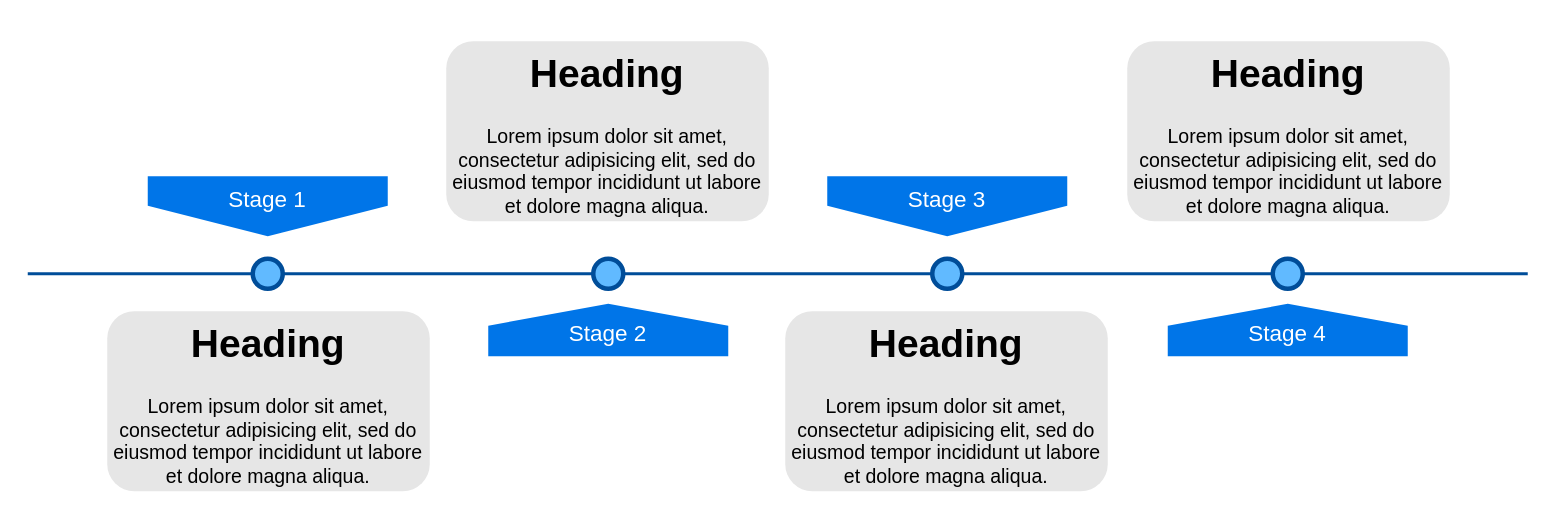
Above: Untitled Diagram.drawio in Arthurcsh/Draw.io (draw.io), before the change. Source tidied: cells renumbered, new cells numbered last; positions are measured from the earlier drawing's top-left corner, leaving out a move shared by most shapes. Both pictures are drawn from the tidied source at 150%, with x=0, y=0 at pixel (27, 40).
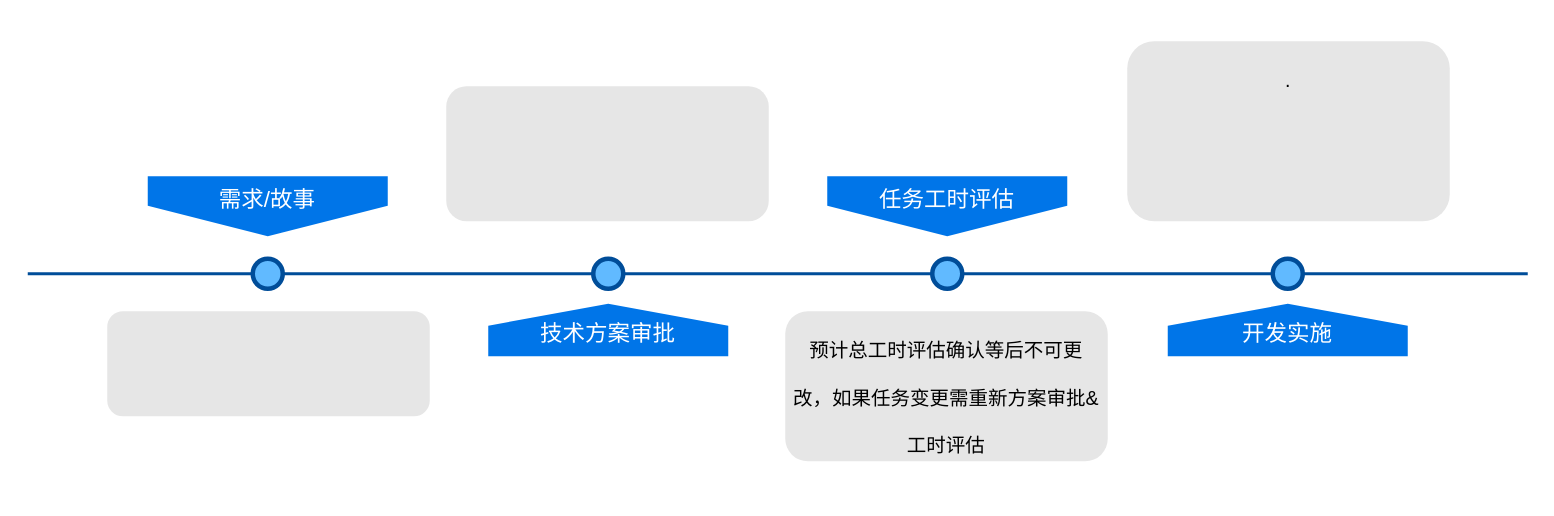
The same page after the edit.

What changed in the source:
```diff
@@
 <mxGraphModel>
   <root>
     <mxCell id="0" />
     <mxCell id="1" parent="0" />
     <mxCell id="2" style="line;strokeWidth=2;html=1;fillColor=none;fontSize=28;fontColor=#004D99;strokeColor=#004D99;" parent="1" vertex="1">
       <mxGeometry y="150" width="1000" height="10" as="geometry" />
     </mxCell>
-    <mxCell id="3" value="Stage 1" style="shape=offPageConnector;whiteSpace=wrap;html=1;fillColor=#0075E8;fontSize=15;fontColor=#FFFFFF;size=0.5093750000000015;verticalAlign=top;strokeColor=none;" parent="1" vertex="1">
+    <mxCell id="3" value="需求/故事" style="shape=offPageConnector;whiteSpace=wrap;html=1;fillColor=#0075E8;fontSize=15;fontColor=#FFFFFF;size=0.5093750000000015;verticalAlign=top;strokeColor=none;" parent="1" vertex="1">
       <mxGeometry x="80" y="90" width="160" height="40" as="geometry" />
     </mxCell>
-    <mxCell id="4" value="&lt;span&gt;Stage 3&lt;/span&gt;" style="shape=offPageConnector;whiteSpace=wrap;html=1;fillColor=#0075E8;fontSize=15;fontColor=#FFFFFF;size=0.5093750000000015;verticalAlign=top;strokeColor=none;" parent="1" vertex="1">
+    <mxCell id="4" value="任务工时评估" style="shape=offPageConnector;whiteSpace=wrap;html=1;fillColor=#0075E8;fontSize=15;fontColor=#FFFFFF;size=0.5093750000000015;verticalAlign=top;strokeColor=none;" parent="1" vertex="1">
       <mxGeometry x="533" y="90" width="160" height="40" as="geometry" />
     </mxCell>
-    <mxCell id="5" value="&lt;span&gt;Stage 2&lt;/span&gt;" style="shape=offPageConnector;whiteSpace=wrap;html=1;fillColor=#0075E8;fontSize=15;fontColor=#FFFFFF;size=0.4178571428571445;flipV=1;verticalAlign=bottom;strokeColor=none;spacingBottom=4;" parent="1" vertex="1">
+    <mxCell id="5" value="技术方案审批" style="shape=offPageConnector;whiteSpace=wrap;html=1;fillColor=#0075E8;fontSize=15;fontColor=#FFFFFF;size=0.4178571428571445;flipV=1;verticalAlign=bottom;strokeColor=none;spacingBottom=4;" parent="1" vertex="1">
       <mxGeometry x="307" y="175" width="160" height="35" as="geometry" />
     </mxCell>
-    <mxCell id="6" value="&lt;span&gt;Stage 4&lt;/span&gt;" style="shape=offPageConnector;whiteSpace=wrap;html=1;fillColor=#0075E8;fontSize=15;fontColor=#FFFFFF;size=0.4178571428571445;flipV=1;verticalAlign=bottom;strokeColor=none;spacingBottom=4;" parent="1" vertex="1">
+    <mxCell id="6" value="开发实施" style="shape=offPageConnector;whiteSpace=wrap;html=1;fillColor=#0075E8;fontSize=15;fontColor=#FFFFFF;size=0.4178571428571445;flipV=1;verticalAlign=bottom;strokeColor=none;spacingBottom=4;" parent="1" vertex="1">
       <mxGeometry x="760" y="175" width="160" height="35" as="geometry" />
     </mxCell>
     <mxCell id="7" style="ellipse;whiteSpace=wrap;html=1;fillColor=#61BAFF;fontSize=28;fontColor=#004D99;strokeWidth=3;strokeColor=#004D99;" parent="1" vertex="1">
       <mxGeometry x="150" y="145" width="20" height="20" as="geometry" />
     </mxCell>
     <mxCell id="8" style="ellipse;whiteSpace=wrap;html=1;fillColor=#61BAFF;fontSize=28;fontColor=#004D99;strokeWidth=3;strokeColor=#004D99;" parent="1" vertex="1">
       <mxGeometry x="377" y="145" width="20" height="20" as="geometry" />
     </mxCell>
     <mxCell id="9" style="ellipse;whiteSpace=wrap;html=1;fillColor=#61BAFF;fontSize=28;fontColor=#004D99;strokeWidth=3;strokeColor=#004D99;" parent="1" vertex="1">
       <mxGeometry x="603" y="145" width="20" height="20" as="geometry" />
     </mxCell>
     <mxCell id="10" style="ellipse;whiteSpace=wrap;html=1;fillColor=#61BAFF;fontSize=28;fontColor=#004D99;strokeWidth=3;strokeColor=#004D99;" parent="1" vertex="1">
       <mxGeometry x="830" y="145" width="20" height="20" as="geometry" />
     </mxCell>
-    <mxCell id="11" value="&lt;h1&gt;Heading&lt;/h1&gt;&lt;p&gt;Lorem ipsum dolor sit amet, consectetur adipisicing elit, sed do eiusmod tempor incididunt ut labore et dolore magna aliqua.&lt;/p&gt;" style="text;html=1;spacing=5;spacingTop=-20;whiteSpace=wrap;overflow=hidden;strokeColor=none;strokeWidth=3;fillColor=#E6E6E6;fontSize=13;fontColor=#000000;align=center;rounded=1;" parent="1" vertex="1">
-      <mxGeometry x="53" y="180" width="215" height="120" as="geometry" />
+    <mxCell id="11" value="&lt;h1 style=&quot;font-size: 12px;&quot;&gt;&lt;br&gt;&lt;/h1&gt;" style="text;html=1;spacing=1;spacingTop=-26;whiteSpace=wrap;overflow=hidden;strokeColor=none;strokeWidth=3;fillColor=#E6E6E6;fontSize=12;fontColor=#000000;align=center;rounded=1;" parent="1" vertex="1">
+      <mxGeometry x="53" y="180" width="215" height="70" as="geometry" />
     </mxCell>
-    <mxCell id="12" value="&lt;h1&gt;Heading&lt;/h1&gt;&lt;p&gt;Lorem ipsum dolor sit amet, consectetur adipisicing elit, sed do eiusmod tempor incididunt ut labore et dolore magna aliqua.&lt;/p&gt;" style="text;html=1;spacing=5;spacingTop=-20;whiteSpace=wrap;overflow=hidden;strokeColor=none;strokeWidth=3;fillColor=#E6E6E6;fontSize=13;fontColor=#000000;align=center;rounded=1;" parent="1" vertex="1">
-      <mxGeometry x="279" width="215" height="120" as="geometry" />
+    <mxCell id="12" value="&lt;h1&gt;&lt;br&gt;&lt;/h1&gt;" style="text;html=1;spacing=5;spacingTop=-20;whiteSpace=wrap;overflow=hidden;strokeColor=none;strokeWidth=3;fillColor=#E6E6E6;fontSize=13;fontColor=#000000;align=center;rounded=1;" parent="1" vertex="1">
+      <mxGeometry x="279" y="30" width="215" height="90" as="geometry" />
     </mxCell>
-    <mxCell id="13" value="&lt;h1&gt;Heading&lt;/h1&gt;&lt;p&gt;Lorem ipsum dolor sit amet, consectetur adipisicing elit, sed do eiusmod tempor incididunt ut labore et dolore magna aliqua.&lt;/p&gt;" style="text;html=1;spacing=5;spacingTop=-20;whiteSpace=wrap;overflow=hidden;strokeColor=none;strokeWidth=3;fillColor=#E6E6E6;fontSize=13;fontColor=#000000;align=center;rounded=1;" parent="1" vertex="1">
-      <mxGeometry x="505" y="180" width="215" height="120" as="geometry" />
+    <mxCell id="13" value="&lt;h1&gt;&lt;span style=&quot;font-size: 13px; font-weight: normal; line-height: 1.2;&quot;&gt;预计总工时评估确认等后不可更改，如果任务变更需重新方案审批&amp;amp;工时评估&lt;/span&gt;&lt;br&gt;&lt;/h1&gt;" style="text;html=1;spacing=5;spacingTop=-20;whiteSpace=wrap;overflow=hidden;strokeColor=none;strokeWidth=3;fillColor=#E6E6E6;fontSize=13;fontColor=#000000;align=center;rounded=1;" parent="1" vertex="1">
+      <mxGeometry x="505" y="180" width="215" height="100" as="geometry" />
     </mxCell>
-    <mxCell id="14" value="&lt;h1&gt;Heading&lt;/h1&gt;&lt;p&gt;Lorem ipsum dolor sit amet, consectetur adipisicing elit, sed do eiusmod tempor incididunt ut labore et dolore magna aliqua.&lt;/p&gt;" style="text;html=1;spacing=5;spacingTop=-20;whiteSpace=wrap;overflow=hidden;strokeColor=none;strokeWidth=3;fillColor=#E6E6E6;fontSize=13;fontColor=#000000;align=center;rounded=1;" parent="1" vertex="1">
+    <mxCell id="14" value="&lt;h1&gt;&lt;span style=&quot;font-size: 13px; font-weight: normal;&quot;&gt;.&lt;/span&gt;&lt;br&gt;&lt;/h1&gt;" style="text;html=1;spacing=5;spacingTop=-20;whiteSpace=wrap;overflow=hidden;strokeColor=none;strokeWidth=3;fillColor=#E6E6E6;fontSize=13;fontColor=#000000;align=center;rounded=1;" parent="1" vertex="1">
       <mxGeometry x="733" width="215" height="120" as="geometry" />
     </mxCell>
   </root>
 </mxGraphModel>
```
